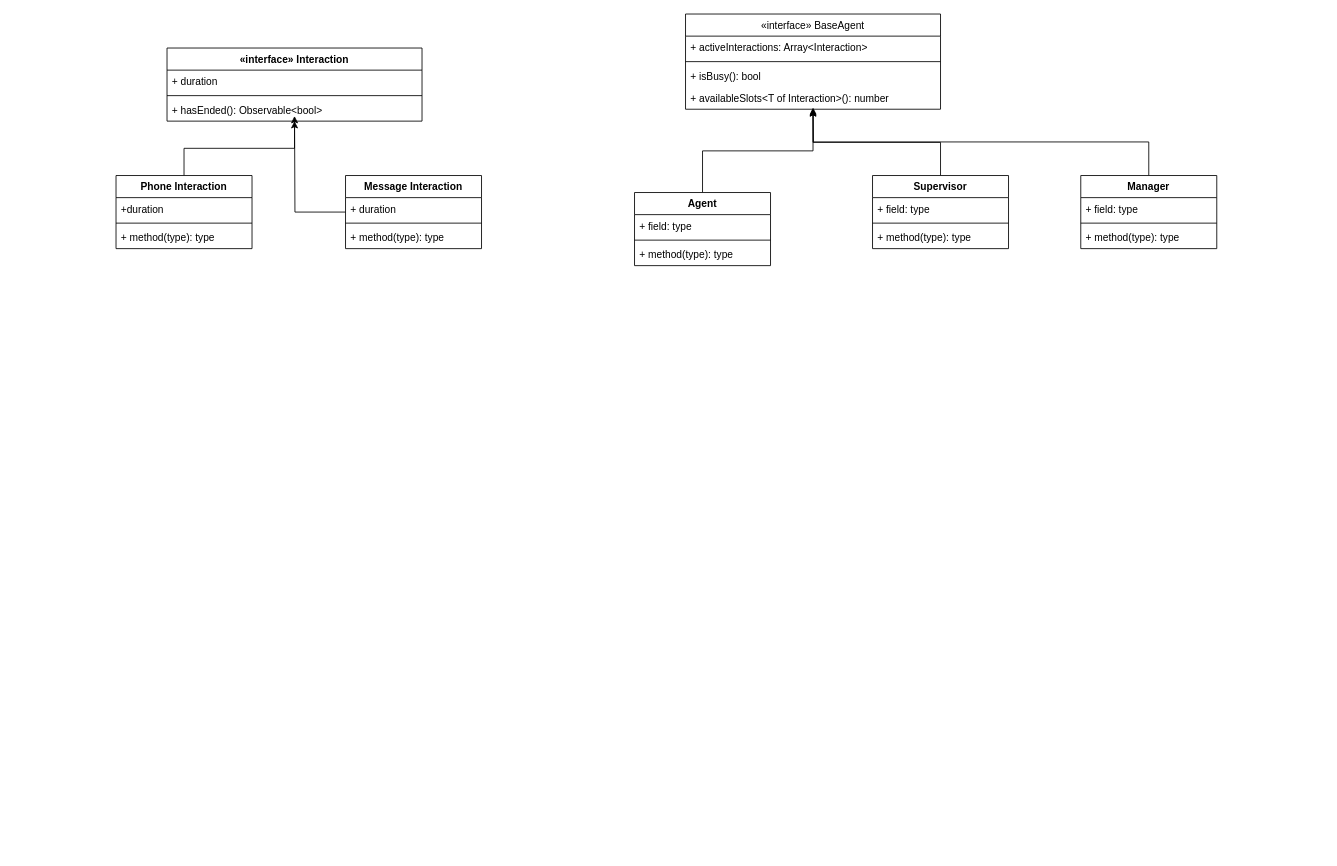
Above: Vonage-Challenge.drawio in dvelluto/vonage-challenge (draw.io), before the change. Source tidied: cells renumbered, new cells numbered last; positions are measured from the earlier drawing's top-left corner, leaving out a move shared by most shapes. Both pictures are drawn from the tidied source at 85%, with x=0, y=0 at pixel (116, 14).
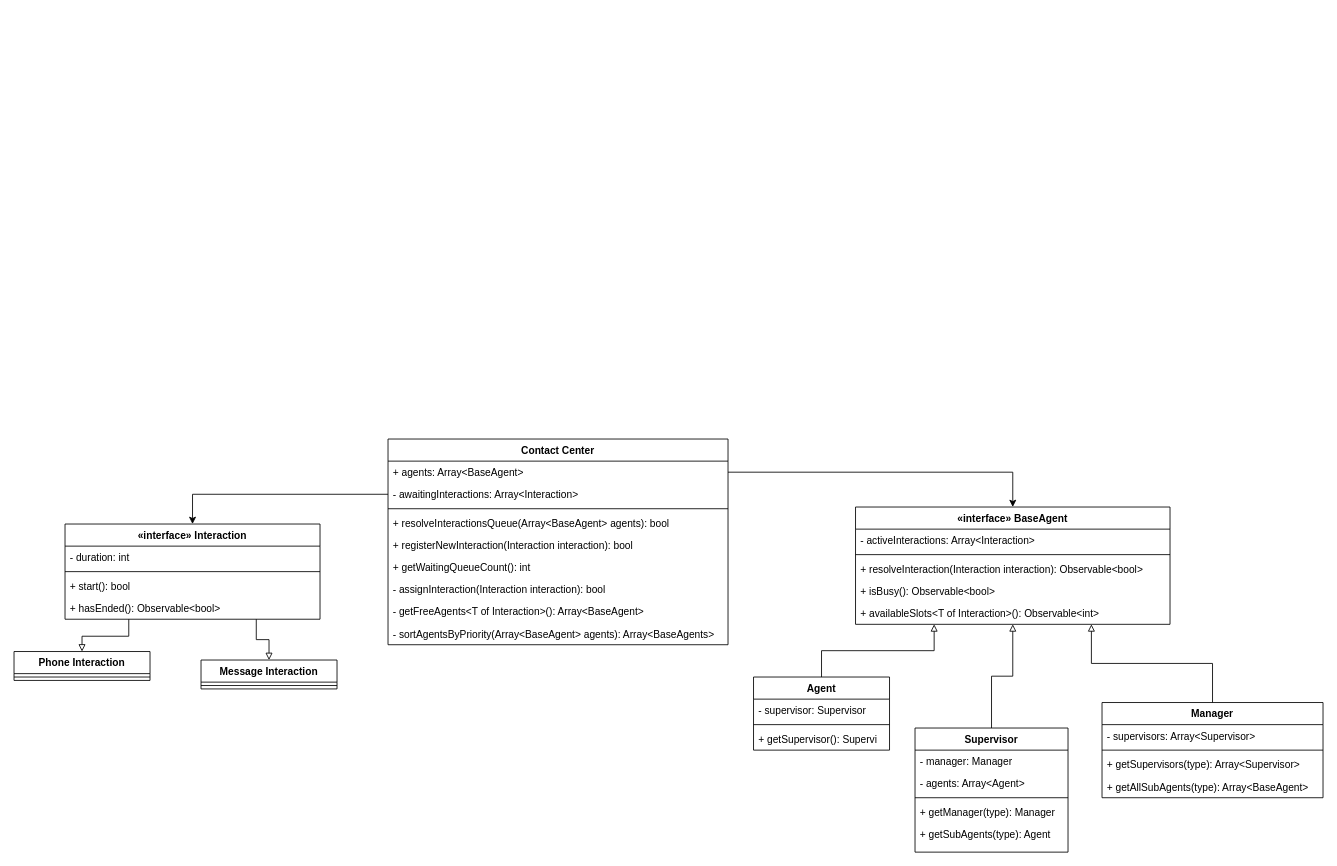
After the change.

Commit message:
Update with Contact Center model and updated properties in existing models Vonage-Challenge.drawio

Change to the diagram source:
```diff
@@
-    <mxCell id="2" style="edgeStyle=orthogonalEdgeStyle;rounded=0;jettySize=auto;html=1;" parent="1" edge="1" source="3">
-      <mxGeometry relative="1" as="geometry">
-        <mxPoint x="210" y="120" as="targetPoint" />
-      </mxGeometry>
-    </mxCell>
     <mxCell id="3" value="Message Interaction" style="swimlane;fontStyle=1;align=center;verticalAlign=top;horizontal=1;startSize=26;" parent="1" vertex="1">
-      <mxGeometry x="270" y="190" width="160" height="86" as="geometry" />
+      <mxGeometry x="100" y="760" width="160" height="34" as="geometry" />
     </mxCell>
-    <mxCell id="4" value="+ duration" style="text;strokeColor=none;fillColor=none;align=left;verticalAlign=top;spacingLeft=4;spacingRight=4;overflow=hidden;" parent="3" vertex="1">
-      <mxGeometry y="26" width="160" height="26" as="geometry" />
-    </mxCell>
     <mxCell id="5" style="line;strokeWidth=1;fillColor=none;align=left;verticalAlign=middle;spacingTop=-1;spacingLeft=3;spacingRight=3;labelPosition=right;" parent="3" vertex="1">
-      <mxGeometry y="52" width="160" height="8" as="geometry" />
+      <mxGeometry y="26" width="160" height="8" as="geometry" />
     </mxCell>
-    <mxCell id="6" value="+ method(type): type" style="text;strokeColor=none;fillColor=none;align=left;verticalAlign=top;spacingLeft=4;spacingRight=4;overflow=hidden;" parent="3" vertex="1">
-      <mxGeometry y="60" width="160" height="26" as="geometry" />
-    </mxCell>
-    <mxCell id="7" style="edgeStyle=orthogonalEdgeStyle;rounded=0;jettySize=auto;html=1;entryX=0.5;entryY=1;entryDx=0;entryDy=0;" parent="1" edge="1" source="8" target="32">
-      <mxGeometry relative="1" as="geometry" />
-    </mxCell>
     <mxCell id="8" value="Phone Interaction" style="swimlane;fontStyle=1;align=center;verticalAlign=top;horizontal=1;startSize=26;" parent="1" vertex="1">
-      <mxGeometry y="190" width="160" height="86" as="geometry" />
+      <mxGeometry x="-120" y="750" width="160" height="34" as="geometry" />
     </mxCell>
-    <mxCell id="9" value="+duration" style="text;strokeColor=none;fillColor=none;align=left;verticalAlign=top;spacingLeft=4;spacingRight=4;overflow=hidden;" parent="8" vertex="1">
-      <mxGeometry y="26" width="160" height="26" as="geometry" />
-    </mxCell>
     <mxCell id="10" style="line;strokeWidth=1;fillColor=none;align=left;verticalAlign=middle;spacingTop=-1;spacingLeft=3;spacingRight=3;labelPosition=right;" parent="8" vertex="1">
-      <mxGeometry y="52" width="160" height="8" as="geometry" />
+      <mxGeometry y="26" width="160" height="8" as="geometry" />
     </mxCell>
-    <mxCell id="11" value="+ method(type): type" style="text;strokeColor=none;fillColor=none;align=left;verticalAlign=top;spacingLeft=4;spacingRight=4;overflow=hidden;" parent="8" vertex="1">
-      <mxGeometry y="60" width="160" height="26" as="geometry" />
-    </mxCell>
-    <mxCell id="12" style="edgeStyle=orthogonalEdgeStyle;rounded=0;jettySize=auto;html=1;exitX=0.5;exitY=0;exitDx=0;exitDy=0;entryX=0.5;entryY=1;entryDx=0;entryDy=0;" parent="1" edge="1" source="13" target="27">
-      <mxGeometry relative="1" as="geometry" />
-    </mxCell>
     <mxCell id="13" value="Agent" style="swimlane;fontStyle=1;align=center;verticalAlign=top;horizontal=1;startSize=26;" parent="1" vertex="1">
-      <mxGeometry x="610" y="210" width="160" height="86" as="geometry" />
+      <mxGeometry x="750" y="780" width="160" height="86" as="geometry" />
     </mxCell>
-    <mxCell id="14" value="+ field: type" style="text;strokeColor=none;fillColor=none;align=left;verticalAlign=top;spacingLeft=4;spacingRight=4;overflow=hidden;" parent="13" vertex="1">
+    <mxCell id="14" value="- supervisor: Supervisor" style="text;strokeColor=none;fillColor=none;align=left;verticalAlign=top;spacingLeft=4;spacingRight=4;overflow=hidden;" parent="13" vertex="1">
       <mxGeometry y="26" width="160" height="26" as="geometry" />
     </mxCell>
@@
-    <mxCell id="16" value="+ method(type): type" style="text;strokeColor=none;fillColor=none;align=left;verticalAlign=top;spacingLeft=4;spacingRight=4;overflow=hidden;" parent="13" vertex="1">
+    <mxCell id="16" value="+ getSupervisor(): Supervi" style="text;strokeColor=none;fillColor=none;align=left;verticalAlign=top;spacingLeft=4;spacingRight=4;overflow=hidden;" parent="13" vertex="1">
       <mxGeometry y="60" width="160" height="26" as="geometry" />
     </mxCell>
-    <mxCell id="17" style="edgeStyle=orthogonalEdgeStyle;rounded=0;jettySize=auto;html=1;exitX=0.5;exitY=0;exitDx=0;exitDy=0;entryX=0.5;entryY=1;entryDx=0;entryDy=0;" parent="1" edge="1" source="18" target="27">
+    <mxCell id="17" style="edgeStyle=orthogonalEdgeStyle;rounded=0;jettySize=auto;html=1;exitX=0.5;exitY=0;exitDx=0;exitDy=0;startArrow=none;startFill=0;endArrow=block;endFill=0;" parent="1" edge="1" source="18" target="27">
       <mxGeometry relative="1" as="geometry" />
     </mxCell>
     <mxCell id="18" value="Supervisor" style="swimlane;fontStyle=1;align=center;verticalAlign=top;horizontal=1;startSize=26;" parent="1" vertex="1">
-      <mxGeometry x="890" y="190" width="160" height="86" as="geometry" />
+      <mxGeometry x="940" y="840" width="180" height="146" as="geometry" />
     </mxCell>
-    <mxCell id="19" value="+ field: type" style="text;strokeColor=none;fillColor=none;align=left;verticalAlign=top;spacingLeft=4;spacingRight=4;overflow=hidden;" parent="18" vertex="1">
-      <mxGeometry y="26" width="160" height="26" as="geometry" />
+    <mxCell id="19" value="- manager: Manager" style="text;strokeColor=none;fillColor=none;align=left;verticalAlign=top;spacingLeft=4;spacingRight=4;overflow=hidden;" parent="18" vertex="1">
+      <mxGeometry y="26" width="180" height="26" as="geometry" />
     </mxCell>
+    <mxCell id="36" value="- agents: Array&lt;Agent&gt;" style="text;strokeColor=none;fillColor=none;align=left;verticalAlign=top;spacingLeft=4;spacingRight=4;overflow=hidden;" parent="18" vertex="1">
+      <mxGeometry y="52" width="180" height="26" as="geometry" />
+    </mxCell>
     <mxCell id="20" style="line;strokeWidth=1;fillColor=none;align=left;verticalAlign=middle;spacingTop=-1;spacingLeft=3;spacingRight=3;labelPosition=right;" parent="18" vertex="1">
-      <mxGeometry y="52" width="160" height="8" as="geometry" />
+      <mxGeometry y="78" width="180" height="8" as="geometry" />
     </mxCell>
-    <mxCell id="21" value="+ method(type): type" style="text;strokeColor=none;fillColor=none;align=left;verticalAlign=top;spacingLeft=4;spacingRight=4;overflow=hidden;" parent="18" vertex="1">
-      <mxGeometry y="60" width="160" height="26" as="geometry" />
+    <mxCell id="21" value="+ getManager(type): Manager" style="text;strokeColor=none;fillColor=none;align=left;verticalAlign=top;spacingLeft=4;spacingRight=4;overflow=hidden;" parent="18" vertex="1">
+      <mxGeometry y="86" width="180" height="26" as="geometry" />
     </mxCell>
-    <mxCell id="22" style="edgeStyle=orthogonalEdgeStyle;rounded=0;jettySize=auto;html=1;exitX=0.5;exitY=0;exitDx=0;exitDy=0;" parent="1" edge="1" source="23">
-      <mxGeometry relative="1" as="geometry">
-        <mxPoint x="820" y="110" as="targetPoint" />
-      </mxGeometry>
-    </mxCell>
+    <mxCell id="37" value="+ getSubAgents(type): Agent" style="text;strokeColor=none;fillColor=none;align=left;verticalAlign=top;spacingLeft=4;spacingRight=4;overflow=hidden;" parent="18" vertex="1">
+      <mxGeometry y="112" width="180" height="34" as="geometry" />
+    </mxCell>
     <mxCell id="23" value="Manager" style="swimlane;fontStyle=1;align=center;verticalAlign=top;horizontal=1;startSize=26;" parent="1" vertex="1">
-      <mxGeometry x="1135" y="190" width="160" height="86" as="geometry" />
+      <mxGeometry x="1160" y="810" width="260" height="112" as="geometry" />
     </mxCell>
-    <mxCell id="24" value="+ field: type" style="text;strokeColor=none;fillColor=none;align=left;verticalAlign=top;spacingLeft=4;spacingRight=4;overflow=hidden;" parent="23" vertex="1">
-      <mxGeometry y="26" width="160" height="26" as="geometry" />
-    </mxCell>
+    <mxCell id="38" value="- supervisors: Array&lt;Supervisor&gt;" style="text;strokeColor=none;fillColor=none;align=left;verticalAlign=top;spacingLeft=4;spacingRight=4;overflow=hidden;" parent="23" vertex="1">
+      <mxGeometry y="26" width="260" height="26" as="geometry" />
+    </mxCell>
     <mxCell id="25" style="line;strokeWidth=1;fillColor=none;align=left;verticalAlign=middle;spacingTop=-1;spacingLeft=3;spacingRight=3;labelPosition=right;" parent="23" vertex="1">
-      <mxGeometry y="52" width="160" height="8" as="geometry" />
+      <mxGeometry y="52" width="260" height="8" as="geometry" />
     </mxCell>
-    <mxCell id="26" value="+ method(type): type" style="text;strokeColor=none;fillColor=none;align=left;verticalAlign=top;spacingLeft=4;spacingRight=4;overflow=hidden;" parent="23" vertex="1">
-      <mxGeometry y="60" width="160" height="26" as="geometry" />
+    <mxCell id="26" value="+ getSupervisors(type): Array&lt;Supervisor&gt;" style="text;strokeColor=none;fillColor=none;align=left;verticalAlign=top;spacingLeft=4;spacingRight=4;overflow=hidden;" parent="23" vertex="1">
+      <mxGeometry y="60" width="260" height="26" as="geometry" />
     </mxCell>
+    <mxCell id="39" value="+ getAllSubAgents(type): Array&lt;BaseAgent&gt;" style="text;strokeColor=none;fillColor=none;align=left;verticalAlign=top;spacingLeft=4;spacingRight=4;overflow=hidden;" parent="23" vertex="1">
+      <mxGeometry y="86" width="260" height="26" as="geometry" />
+    </mxCell>
+    <mxCell id="40" style="edgeStyle=orthogonalEdgeStyle;rounded=0;jettySize=auto;html=1;exitX=0.25;exitY=1;exitDx=0;exitDy=0;endArrow=none;endFill=0;startArrow=block;startFill=0;" parent="1" edge="1" source="27" target="13">
+      <mxGeometry relative="1" as="geometry" />
+    </mxCell>
+    <mxCell id="41" style="edgeStyle=orthogonalEdgeStyle;rounded=0;jettySize=auto;html=1;exitX=0.75;exitY=1;exitDx=0;exitDy=0;endArrow=none;endFill=0;startArrow=block;startFill=0;" parent="1" edge="1" source="27" target="23">
+      <mxGeometry relative="1" as="geometry" />
+    </mxCell>
+    <mxCell id="42" style="edgeStyle=orthogonalEdgeStyle;rounded=0;jettySize=auto;html=1;exitX=0.5;exitY=0;exitDx=0;exitDy=0;entryX=1;entryY=0.5;entryDx=0;entryDy=0;startArrow=classic;startFill=1;endArrow=none;endFill=0;" parent="1" edge="1" source="27" target="49">
+      <mxGeometry relative="1" as="geometry" />
+    </mxCell>
-    <mxCell id="27" value="«interface» BaseAgent" style="swimlane;fontStyle=0;align=center;verticalAlign=top;horizontal=1;startSize=26;" parent="1" vertex="1">
-      <mxGeometry x="670" width="300" height="112" as="geometry" />
+    <mxCell id="27" value="«interface» BaseAgent" style="swimlane;fontStyle=1;align=center;verticalAlign=top;horizontal=1;startSize=26;" parent="1" vertex="1">
+      <mxGeometry x="870" y="580" width="370" height="138" as="geometry" />
     </mxCell>
-    <mxCell id="28" value="+ activeInteractions: Array&lt;Interaction&gt;" style="text;strokeColor=none;fillColor=none;align=left;verticalAlign=top;spacingLeft=4;spacingRight=4;overflow=hidden;" parent="27" vertex="1">
-      <mxGeometry y="26" width="300" height="26" as="geometry" />
+    <mxCell id="28" value="- activeInteractions: Array&lt;Interaction&gt;" style="text;strokeColor=none;fillColor=none;align=left;verticalAlign=top;spacingLeft=4;spacingRight=4;overflow=hidden;" parent="27" vertex="1">
+      <mxGeometry y="26" width="370" height="26" as="geometry" />
     </mxCell>
     <mxCell id="29" style="line;strokeWidth=1;fillColor=none;align=left;verticalAlign=middle;spacingTop=-1;spacingLeft=3;spacingRight=3;labelPosition=right;" parent="27" vertex="1">
-      <mxGeometry y="52" width="300" height="8" as="geometry" />
+      <mxGeometry y="52" width="370" height="8" as="geometry" />
     </mxCell>
-    <mxCell id="30" value="+ isBusy(): bool" style="text;strokeColor=none;fillColor=none;align=left;verticalAlign=top;spacingLeft=4;spacingRight=4;overflow=hidden;" parent="27" vertex="1">
-      <mxGeometry y="60" width="300" height="26" as="geometry" />
+    <mxCell id="30" value="+ resolveInteraction(Interaction interaction): Observable&lt;bool&gt;" style="text;strokeColor=none;fillColor=none;align=left;verticalAlign=top;spacingLeft=4;spacingRight=4;overflow=hidden;" parent="27" vertex="1">
+      <mxGeometry y="60" width="370" height="26" as="geometry" />
     </mxCell>
+    <mxCell id="43" value="+ isBusy(): Observable&lt;bool&gt;" style="text;strokeColor=none;fillColor=none;align=left;verticalAlign=top;spacingLeft=4;spacingRight=4;overflow=hidden;" parent="27" vertex="1">
+      <mxGeometry y="86" width="370" height="26" as="geometry" />
+    </mxCell>
-    <mxCell id="31" value="+ availableSlots&lt;T of Interaction&gt;(): number" style="text;strokeColor=none;fillColor=none;align=left;verticalAlign=top;spacingLeft=4;spacingRight=4;overflow=hidden;" parent="27" vertex="1">
-      <mxGeometry y="86" width="300" height="26" as="geometry" />
+    <mxCell id="31" value="+ availableSlots&lt;T of Interaction&gt;(): Observable&lt;int&gt;" style="text;strokeColor=none;fillColor=none;align=left;verticalAlign=top;spacingLeft=4;spacingRight=4;overflow=hidden;" parent="27" vertex="1">
+      <mxGeometry y="112" width="370" height="26" as="geometry" />
     </mxCell>
+    <mxCell id="44" style="edgeStyle=orthogonalEdgeStyle;rounded=0;jettySize=auto;html=1;exitX=0.25;exitY=1;exitDx=0;exitDy=0;endArrow=block;endFill=0;" parent="1" edge="1" source="32" target="8">
+      <mxGeometry relative="1" as="geometry" />
+    </mxCell>
+    <mxCell id="45" style="edgeStyle=orthogonalEdgeStyle;rounded=0;jettySize=auto;html=1;exitX=0.75;exitY=1;exitDx=0;exitDy=0;entryX=0.5;entryY=0;entryDx=0;entryDy=0;endArrow=block;endFill=0;" parent="1" edge="1" source="32" target="3">
+      <mxGeometry relative="1" as="geometry" />
+    </mxCell>
+    <mxCell id="46" style="edgeStyle=orthogonalEdgeStyle;rounded=0;jettySize=auto;html=1;exitX=0.5;exitY=0;exitDx=0;exitDy=0;entryX=0;entryY=0.5;entryDx=0;entryDy=0;startArrow=classic;startFill=1;endArrow=none;endFill=0;" parent="1" edge="1" source="32" target="50">
+      <mxGeometry relative="1" as="geometry" />
+    </mxCell>
     <mxCell id="32" value="«interface» Interaction" style="swimlane;fontStyle=1;align=center;verticalAlign=top;horizontal=1;startSize=26;" parent="1" vertex="1">
-      <mxGeometry x="60" y="40" width="300" height="86" as="geometry" />
+      <mxGeometry x="-60" y="600" width="300" height="112" as="geometry" />
     </mxCell>
-    <mxCell id="33" value="+ duration" style="text;strokeColor=none;fillColor=none;align=left;verticalAlign=top;spacingLeft=4;spacingRight=4;overflow=hidden;" parent="32" vertex="1">
+    <mxCell id="33" value="- duration: int" style="text;strokeColor=none;fillColor=none;align=left;verticalAlign=top;spacingLeft=4;spacingRight=4;overflow=hidden;" parent="32" vertex="1">
       <mxGeometry y="26" width="300" height="26" as="geometry" />
     </mxCell>
@@
-    <mxCell id="35" value="+ hasEnded(): Observable&lt;bool&gt;" style="text;strokeColor=none;fillColor=none;align=left;verticalAlign=top;spacingLeft=4;spacingRight=4;overflow=hidden;" parent="32" vertex="1">
+    <mxCell id="35" value="+ start(): bool" style="text;strokeColor=none;fillColor=none;align=left;verticalAlign=top;spacingLeft=4;spacingRight=4;overflow=hidden;" parent="32" vertex="1">
       <mxGeometry y="60" width="300" height="26" as="geometry" />
     </mxCell>
+    <mxCell id="47" value="+ hasEnded(): Observable&lt;bool&gt;" style="text;strokeColor=none;fillColor=none;align=left;verticalAlign=top;spacingLeft=4;spacingRight=4;overflow=hidden;" parent="32" vertex="1">
+      <mxGeometry y="86" width="300" height="26" as="geometry" />
+    </mxCell>
+    <mxCell id="48" value="Contact Center" style="swimlane;fontStyle=1;align=center;verticalAlign=top;horizontal=1;startSize=26;" parent="1" vertex="1">
+      <mxGeometry x="320" y="500" width="400" height="242" as="geometry" />
+    </mxCell>
+    <mxCell id="49" value="+ agents: Array&lt;BaseAgent&gt;" style="text;strokeColor=none;fillColor=none;align=left;verticalAlign=top;spacingLeft=4;spacingRight=4;overflow=hidden;points=[[0,0.5],[1,0.5]];portConstraint=eastwest;" parent="48" vertex="1">
+      <mxGeometry y="26" width="400" height="26" as="geometry" />
+    </mxCell>
+    <mxCell id="50" value="- awaitingInteractions: Array&lt;Interaction&gt;" style="text;strokeColor=none;fillColor=none;align=left;verticalAlign=top;spacingLeft=4;spacingRight=4;overflow=hidden;points=[[0,0.5],[1,0.5]];portConstraint=eastwest;" parent="48" vertex="1">
+      <mxGeometry y="52" width="400" height="26" as="geometry" />
+    </mxCell>
+    <mxCell id="51" style="line;strokeWidth=1;fillColor=none;align=left;verticalAlign=middle;spacingTop=-1;spacingLeft=3;spacingRight=3;labelPosition=right;" parent="48" vertex="1">
+      <mxGeometry y="78" width="400" height="8" as="geometry" />
+    </mxCell>
+    <mxCell id="52" value="+ resolveInteractionsQueue(Array&lt;BaseAgent&gt; agents): bool" style="text;strokeColor=none;fillColor=none;align=left;verticalAlign=top;spacingLeft=4;spacingRight=4;overflow=hidden;" parent="48" vertex="1">
+      <mxGeometry y="86" width="400" height="26" as="geometry" />
+    </mxCell>
+    <mxCell id="53" value="+ registerNewInteraction(Interaction interaction): bool" style="text;strokeColor=none;fillColor=none;align=left;verticalAlign=top;spacingLeft=4;spacingRight=4;overflow=hidden;" parent="48" vertex="1">
+      <mxGeometry y="112" width="400" height="26" as="geometry" />
+    </mxCell>
+    <mxCell id="54" value="+ getWaitingQueueCount(): int" style="text;strokeColor=none;fillColor=none;align=left;verticalAlign=top;spacingLeft=4;spacingRight=4;overflow=hidden;" parent="48" vertex="1">
+      <mxGeometry y="138" width="400" height="26" as="geometry" />
+    </mxCell>
+    <mxCell id="55" value="- assignInteraction(Interaction interaction): bool" style="text;strokeColor=none;fillColor=none;align=left;verticalAlign=top;spacingLeft=4;spacingRight=4;overflow=hidden;" parent="48" vertex="1">
+      <mxGeometry y="164" width="400" height="26" as="geometry" />
+    </mxCell>
+    <mxCell id="56" value="- getFreeAgents&lt;T of Interaction&gt;(): Array&lt;BaseAgent&gt;" style="text;strokeColor=none;fillColor=none;align=left;verticalAlign=top;spacingLeft=4;spacingRight=4;overflow=hidden;" parent="48" vertex="1">
+      <mxGeometry y="190" width="400" height="26" as="geometry" />
+    </mxCell>
+    <mxCell id="57" value="- sortAgentsByPriority(Array&lt;BaseAgent&gt; agents): Array&lt;BaseAgents&gt;" style="text;strokeColor=none;fillColor=none;align=left;verticalAlign=top;spacingLeft=4;spacingRight=4;overflow=hidden;" parent="48" vertex="1">
+      <mxGeometry y="216" width="400" height="26" as="geometry" />
+    </mxCell>
```
